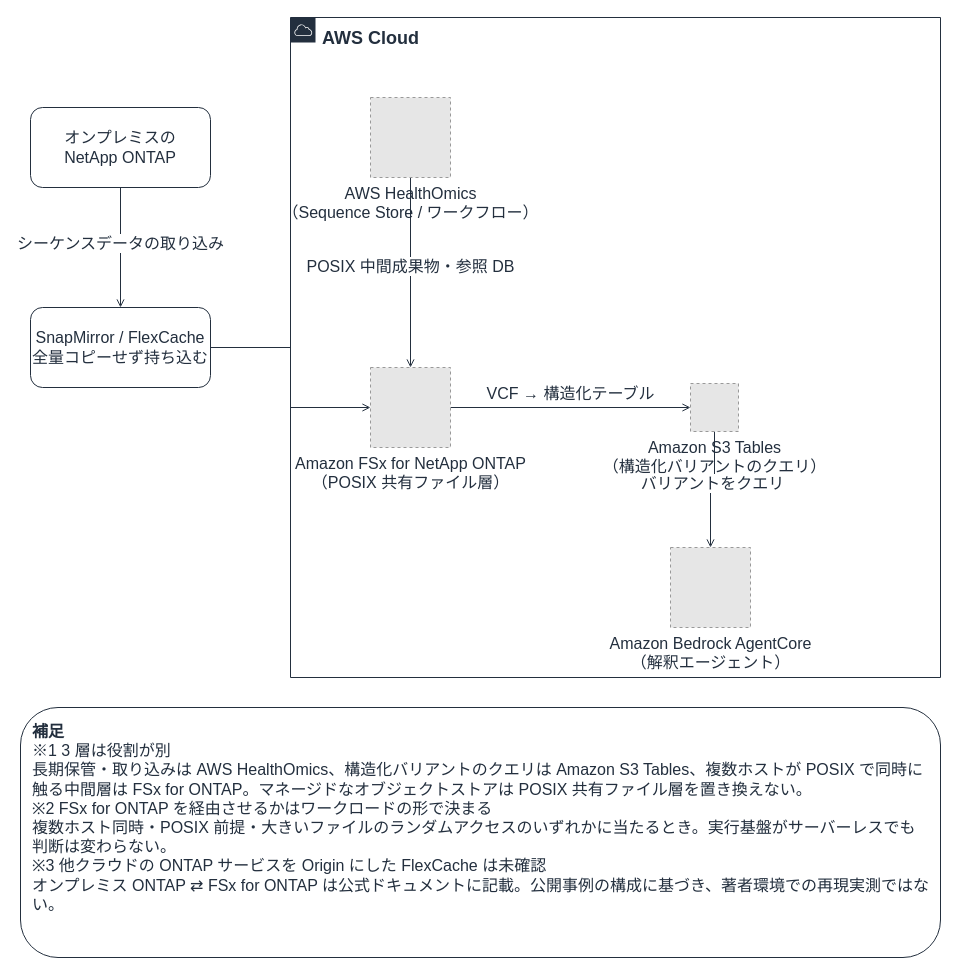
The draw.io diagram docs/_assets/diagrams/genomics-hpc-data-layers.drawio in Yoshiki0705/FSx-for-ONTAP-Adoption-Playbook, before the edit. Source tidied: cells renumbered, new cells numbered last; positions are measured from the earlier drawing's top-left corner, leaving out a move shared by most shapes. Both pictures are drawn from the tidied source at 100%, with x=0, y=0 at pixel (20, 17). Pictures stored in the file or linked from it are replaced by grey dashed boxes.
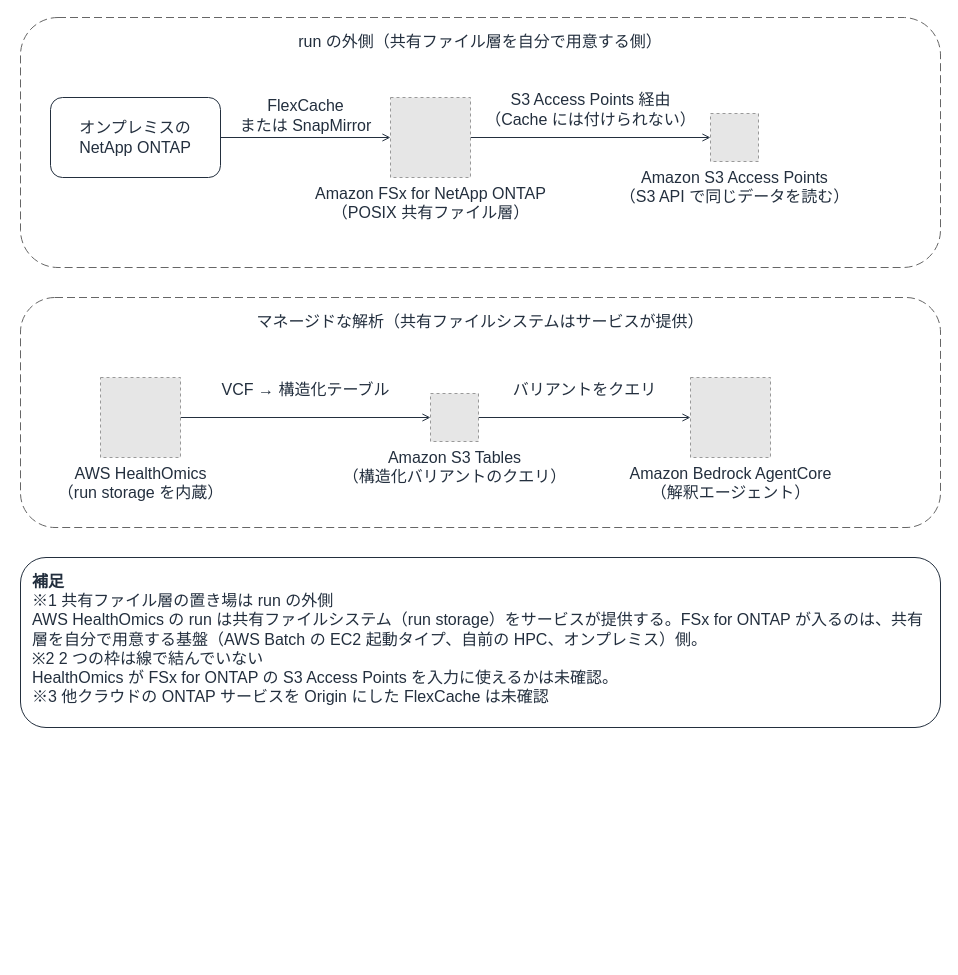
The same page after the edit.

Change to the diagram source:
```diff
@@
 <mxGraphModel background="#FFFFFF">
   <root>
     <mxCell id="0" />
     <mxCell id="1" parent="0" />
-    <mxCell id="2" value="シーケンスデータの取り込み" style="edgeStyle=orthogonalEdgeStyle;rounded=0;html=1;endArrow=open;endFill=0;strokeColor=#232F3E;strokeWidth=1;fontSize=16;fontColor=#232F3E;labelBackgroundColor=#FFFFFF;exitX=0.5;exitY=1.0;exitDx=0;exitDy=0;entryX=0.5;entryY=0.0;entryDx=0;entryDy=0;" parent="1" edge="1" source="8" target="9">
+    <mxCell id="2" value="FlexCache&lt;br&gt;または SnapMirror" style="edgeStyle=orthogonalEdgeStyle;rounded=0;html=1;endArrow=open;endFill=0;strokeColor=#232F3E;strokeWidth=1;fontSize=16;fontColor=#232F3E;labelBackgroundColor=#FFFFFF;exitX=1.0;exitY=0.5;exitDx=0;exitDy=0;entryX=0.0;entryY=0.5;entryDx=0;entryDy=0;" parent="1" edge="1" source="8" target="12">
       <mxGeometry relative="1" as="geometry">
-        <mxPoint y="-4" as="offset" />
+        <mxPoint y="-22" as="offset" />
       </mxGeometry>
     </mxCell>
-    <mxCell id="3" style="edgeStyle=orthogonalEdgeStyle;rounded=0;html=1;endArrow=open;endFill=0;strokeColor=#232F3E;strokeWidth=1;fontSize=16;fontColor=#232F3E;labelBackgroundColor=#FFFFFF;exitX=1.0;exitY=0.5;exitDx=0;exitDy=0;entryX=0.0;entryY=0.5;entryDx=0;entryDy=0;" parent="1" edge="1" source="9" target="12">
-      <mxGeometry relative="1" as="geometry" />
+    <mxCell id="3" value="S3 Access Points 経由&lt;br&gt;（Cache には付けられない）" style="edgeStyle=orthogonalEdgeStyle;rounded=0;html=1;endArrow=open;endFill=0;strokeColor=#232F3E;strokeWidth=1;fontSize=16;fontColor=#232F3E;labelBackgroundColor=#FFFFFF;exitX=1.0;exitY=0.5;exitDx=0;exitDy=0;entryX=0.0;entryY=0.5;entryDx=0;entryDy=0;" parent="1" edge="1" source="12" target="17">
+      <mxGeometry relative="1" as="geometry">
+        <mxPoint y="-28" as="offset" />
+      </mxGeometry>
     </mxCell>
-    <mxCell id="4" value="POSIX 中間成果物・参照 DB" style="edgeStyle=orthogonalEdgeStyle;rounded=0;html=1;endArrow=open;endFill=0;strokeColor=#232F3E;strokeWidth=1;fontSize=16;fontColor=#232F3E;labelBackgroundColor=#FFFFFF;exitX=0.5;exitY=1.0;exitDx=0;exitDy=0;entryX=0.5;entryY=0.0;entryDx=0;entryDy=0;" parent="1" edge="1" source="11" target="12">
+    <mxCell id="4" value="VCF → 構造化テーブル" style="edgeStyle=orthogonalEdgeStyle;rounded=0;html=1;endArrow=open;endFill=0;strokeColor=#232F3E;strokeWidth=1;fontSize=16;fontColor=#232F3E;labelBackgroundColor=#FFFFFF;exitX=1.0;exitY=0.5;exitDx=0;exitDy=0;entryX=0.0;entryY=0.5;entryDx=0;entryDy=0;" parent="1" edge="1" source="11" target="13">
       <mxGeometry relative="1" as="geometry">
-        <mxPoint y="-6" as="offset" />
+        <mxPoint y="-28" as="offset" />
       </mxGeometry>
     </mxCell>
-    <mxCell id="5" value="VCF → 構造化テーブル" style="edgeStyle=orthogonalEdgeStyle;rounded=0;html=1;endArrow=open;endFill=0;strokeColor=#232F3E;strokeWidth=1;fontSize=16;fontColor=#232F3E;labelBackgroundColor=#FFFFFF;exitX=1.0;exitY=0.5;exitDx=0;exitDy=0;entryX=0.0;entryY=0.5;entryDx=0;entryDy=0;" parent="1" edge="1" source="12" target="13">
+    <mxCell id="5" value="バリアントをクエリ" style="edgeStyle=orthogonalEdgeStyle;rounded=0;html=1;endArrow=open;endFill=0;strokeColor=#232F3E;strokeWidth=1;fontSize=16;fontColor=#232F3E;labelBackgroundColor=#FFFFFF;exitX=1.0;exitY=0.5;exitDx=0;exitDy=0;entryX=0.0;entryY=0.5;entryDx=0;entryDy=0;" parent="1" edge="1" source="13" target="14">
       <mxGeometry relative="1" as="geometry">
-        <mxPoint y="-14" as="offset" />
+        <mxPoint y="-28" as="offset" />
       </mxGeometry>
     </mxCell>
-    <mxCell id="6" value="バリアントをクエリ" style="edgeStyle=orthogonalEdgeStyle;rounded=0;html=1;endArrow=open;endFill=0;strokeColor=#232F3E;strokeWidth=1;fontSize=16;fontColor=#232F3E;labelBackgroundColor=#FFFFFF;exitX=0.5;exitY=1.0;exitDx=0;exitDy=0;entryX=0.5;entryY=0.0;entryDx=0;entryDy=0;" parent="1" edge="1" source="13" target="14">
-      <mxGeometry relative="1" as="geometry">
-        <mxPoint y="-6" as="offset" />
-      </mxGeometry>
-    </mxCell>
-    <mxCell id="7" value="AWS Cloud" style="gradientColor=none;html=1;whiteSpace=wrap;fontSize=18;fontStyle=1;fontColor=#232F3E;shape=mxgraph.aws4.group;grIcon=mxgraph.aws4.group_aws_cloud;strokeColor=#232F3E;fillColor=none;verticalAlign=top;align=left;spacingLeft=30;spacingTop=4;dashed=0;labelBackgroundColor=#FFFFFF;" parent="1" vertex="1">
-      <mxGeometry x="270" width="650" height="660" as="geometry" />
-    </mxCell>
+    <mxCell id="15" value="run の外側（共有ファイル層を自分で用意する側）" style="rounded=1;whiteSpace=wrap;html=1;dashed=1;dashPattern=8 4;strokeColor=#666666;fillColor=none;fontColor=#232F3E;fontSize=16;verticalAlign=top;align=center;spacingTop=8;" parent="1" vertex="1">
+      <mxGeometry width="920" height="250" as="geometry" />
+    </mxCell>
+    <mxCell id="16" value="マネージドな解析（共有ファイルシステムはサービスが提供）" style="rounded=1;whiteSpace=wrap;html=1;dashed=1;dashPattern=8 4;strokeColor=#666666;fillColor=none;fontColor=#232F3E;fontSize=16;verticalAlign=top;align=center;spacingTop=8;" parent="1" vertex="1">
+      <mxGeometry y="280" width="920" height="230" as="geometry" />
+    </mxCell>
     <mxCell id="8" value="オンプレミスの&lt;br&gt;NetApp ONTAP" style="rounded=1;whiteSpace=wrap;html=1;strokeColor=#232F3E;fillColor=none;fontColor=#232F3E;fontSize=16;verticalAlign=middle;align=center;" parent="1" vertex="1">
-      <mxGeometry x="10" y="90" width="180" height="80" as="geometry" />
+      <mxGeometry x="30" y="80" width="170" height="80" as="geometry" />
     </mxCell>
-    <mxCell id="9" value="SnapMirror / FlexCache&lt;br&gt;全量コピーせず持ち込む" style="rounded=1;whiteSpace=wrap;html=1;strokeColor=#232F3E;fillColor=none;fontColor=#232F3E;fontSize=16;verticalAlign=middle;align=center;" parent="1" vertex="1">
-      <mxGeometry x="10" y="290" width="180" height="80" as="geometry" />
-    </mxCell>
-    <mxCell id="10" value="&lt;b&gt;補足&lt;/b&gt;&lt;br&gt;※1 3 層は役割が別&lt;br&gt;長期保管・取り込みは AWS HealthOmics、構造化バリアントのクエリは Amazon S3 Tables、複数ホストが POSIX で同時に触る中間層は FSx for ONTAP。マネージドなオブジェクトストアは POSIX 共有ファイル層を置き換えない。&lt;br&gt;※2 FSx for ONTAP を経由させるかはワークロードの形で決まる&lt;br&gt;複数ホスト同時・POSIX 前提・大きいファイルのランダムアクセスのいずれかに当たるとき。実行基盤がサーバーレスでも判断は変わらない。&lt;br&gt;※3 他クラウドの ONTAP サービスを Origin にした FlexCache は未確認&lt;br&gt;オンプレミス ONTAP ⇄ FSx for ONTAP は公式ドキュメントに記載。公開事例の構成に基づき、著者環境での再現実測ではない。" style="rounded=1;whiteSpace=wrap;html=1;strokeColor=#232F3E;fillColor=none;fontColor=#232F3E;fontSize=16;verticalAlign=top;align=left;spacingLeft=10;spacingRight=10;spacingTop=8;" parent="1" vertex="1">
-      <mxGeometry y="690" width="920" height="250" as="geometry" />
+    <mxCell id="10" value="&lt;b&gt;補足&lt;/b&gt;&lt;br&gt;※1 共有ファイル層の置き場は run の外側&lt;br&gt;AWS HealthOmics の run は共有ファイルシステム（run storage）をサービスが提供する。FSx for ONTAP が入るのは、共有層を自分で用意する基盤（AWS Batch の EC2 起動タイプ、自前の HPC、オンプレミス）側。&lt;br&gt;※2 2 つの枠は線で結んでいない&lt;br&gt;HealthOmics が FSx for ONTAP の S3 Access Points を入力に使えるかは未確認。&lt;br&gt;※3 他クラウドの ONTAP サービスを Origin にした FlexCache は未確認" style="rounded=1;whiteSpace=wrap;html=1;strokeColor=#232F3E;fillColor=none;fontColor=#232F3E;fontSize=16;verticalAlign=top;align=left;spacingLeft=10;spacingRight=10;spacingTop=8;" parent="1" vertex="1">
+      <mxGeometry y="540" width="920" height="170" as="geometry" />
     </mxCell>
+    <mxCell id="12" value="Amazon FSx for NetApp ONTAP&lt;br&gt;（POSIX 共有ファイル層）" style="fillColor=#E6E6E6;strokeColor=#999999;dashed=1;html=1;verticalLabelPosition=bottom;verticalAlign=top;labelPosition=center;align=center;fontSize=16;fontColor=#232F3E;" parent="1" vertex="1">
+      <mxGeometry x="370" y="80" width="80" height="80" as="geometry" />
+    </mxCell>
+    <mxCell id="17" value="Amazon S3 Access Points&lt;br&gt;（S3 API で同じデータを読む）" style="fillColor=#E6E6E6;strokeColor=#999999;dashed=1;html=1;verticalLabelPosition=bottom;verticalAlign=top;labelPosition=center;align=center;fontSize=16;fontColor=#232F3E;" parent="1" vertex="1">
+      <mxGeometry x="690" y="96" width="48" height="48" as="geometry" />
+    </mxCell>
-    <mxCell id="11" value="AWS HealthOmics&lt;br&gt;（Sequence Store / ワークフロー）" style="fillColor=#E6E6E6;strokeColor=#999999;dashed=1;html=1;verticalLabelPosition=bottom;verticalAlign=top;labelPosition=center;align=center;fontSize=16;fontColor=#232F3E;" parent="1" vertex="1">
-      <mxGeometry x="350" y="80" width="80" height="80" as="geometry" />
+    <mxCell id="11" value="AWS HealthOmics&lt;br&gt;（run storage を内蔵）" style="fillColor=#E6E6E6;strokeColor=#999999;dashed=1;html=1;verticalLabelPosition=bottom;verticalAlign=top;labelPosition=center;align=center;fontSize=16;fontColor=#232F3E;" parent="1" vertex="1">
+      <mxGeometry x="80" y="360" width="80" height="80" as="geometry" />
     </mxCell>
-    <mxCell id="12" value="Amazon FSx for NetApp ONTAP&lt;br&gt;（POSIX 共有ファイル層）" style="fillColor=#E6E6E6;strokeColor=#999999;dashed=1;html=1;verticalLabelPosition=bottom;verticalAlign=top;labelPosition=center;align=center;fontSize=16;fontColor=#232F3E;" parent="1" vertex="1">
-      <mxGeometry x="350" y="350" width="80" height="80" as="geometry" />
-    </mxCell>
     <mxCell id="13" value="Amazon S3 Tables&lt;br&gt;（構造化バリアントのクエリ）" style="fillColor=#E6E6E6;strokeColor=#999999;dashed=1;html=1;verticalLabelPosition=bottom;verticalAlign=top;labelPosition=center;align=center;fontSize=16;fontColor=#232F3E;" parent="1" vertex="1">
-      <mxGeometry x="670" y="366" width="48" height="48" as="geometry" />
+      <mxGeometry x="410" y="376" width="48" height="48" as="geometry" />
     </mxCell>
     <mxCell id="14" value="Amazon Bedrock AgentCore&lt;br&gt;（解釈エージェント）" style="fillColor=#E6E6E6;strokeColor=#999999;dashed=1;html=1;verticalLabelPosition=bottom;verticalAlign=top;labelPosition=center;align=center;fontSize=16;fontColor=#232F3E;" parent="1" vertex="1">
-      <mxGeometry x="650" y="530" width="80" height="80" as="geometry" />
+      <mxGeometry x="670" y="360" width="80" height="80" as="geometry" />
     </mxCell>
   </root>
 </mxGraphModel>
```
